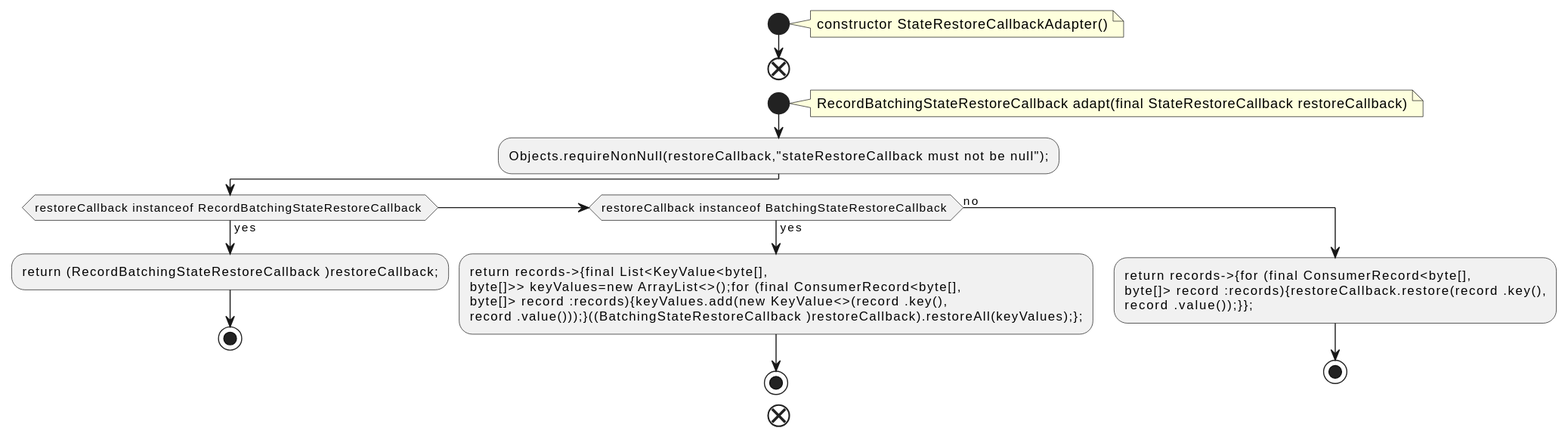
Above: docs/qc/streams/src/main/java/org/apache/kafka/streams/processor/internals/StateRestoreCallbackAdapter.java.fct.svg in qualitesys/kafka (PlantUML), before the change.
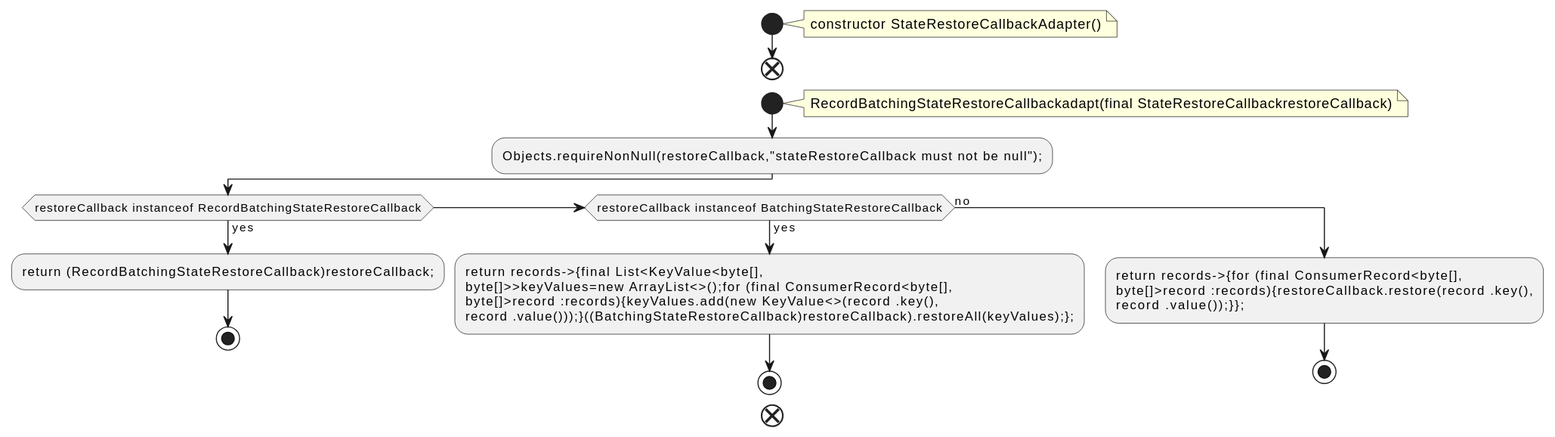
Later version of the same file.

The edit, as a diff of the source:
```diff
@@ -7,21 +7,21 @@
 end
 start
 note right
-RecordBatchingStateRestoreCallback adapt(final StateRestoreCallback restoreCallback)
+RecordBatchingStateRestoreCallbackadapt(final StateRestoreCallbackrestoreCallback)
 end note
 :Objects.requireNonNull(restoreCallback,"stateRestoreCallback must not be null");;
-if (restoreCallback instanceof RecordBatchingStateRestoreCallback ) then (yes)
-:return (RecordBatchingStateRestoreCallback )restoreCallback;;
+if (restoreCallback instanceof RecordBatchingStateRestoreCallback) then (yes)
+:return (RecordBatchingStateRestoreCallback)restoreCallback;;
 stop
-else if (restoreCallback instanceof BatchingStateRestoreCallback ) then (yes)
+else if (restoreCallback instanceof BatchingStateRestoreCallback) then (yes)
 :return records->{final List<KeyValue<byte[],
-byte[]>> keyValues=new ArrayList<>();for (final ConsumerRecord<byte[],
-byte[]> record :records){keyValues.add(new KeyValue<>(record .key(),
-record .value()));}((BatchingStateRestoreCallback )restoreCallback).restoreAll(keyValues);};;
+byte[]>>keyValues=new ArrayList<>();for (final ConsumerRecord<byte[],
+byte[]>record :records){keyValues.add(new KeyValue<>(record .key(),
+record .value()));}((BatchingStateRestoreCallback)restoreCallback).restoreAll(keyValues);};;
 stop
 else (no)
 :return records->{for (final ConsumerRecord<byte[],
-byte[]> record :records){restoreCallback.restore(record .key(),
+byte[]>record :records){restoreCallback.restore(record .key(),
 record .value());}};;
 stop
 endif
```
